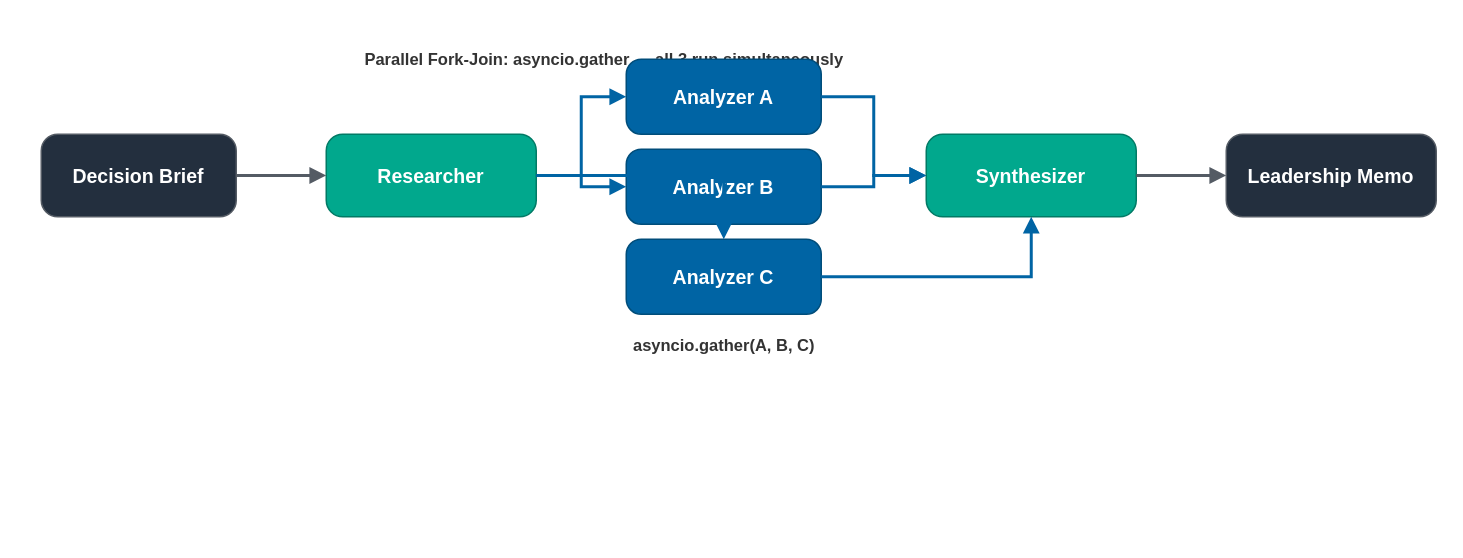
Before: samples/03-parallel-fork-join/architecture.drawio in aws-samples/sample-multi-agent-systems-with-strands-workshop, a draw.io diagram. Source tidied: cells renumbered, new cells numbered last; positions are measured from the earlier drawing's top-left corner, leaving out a move shared by most shapes. Both pictures are drawn from the tidied source at 150%, with x=0, y=0 at pixel (40, 36).
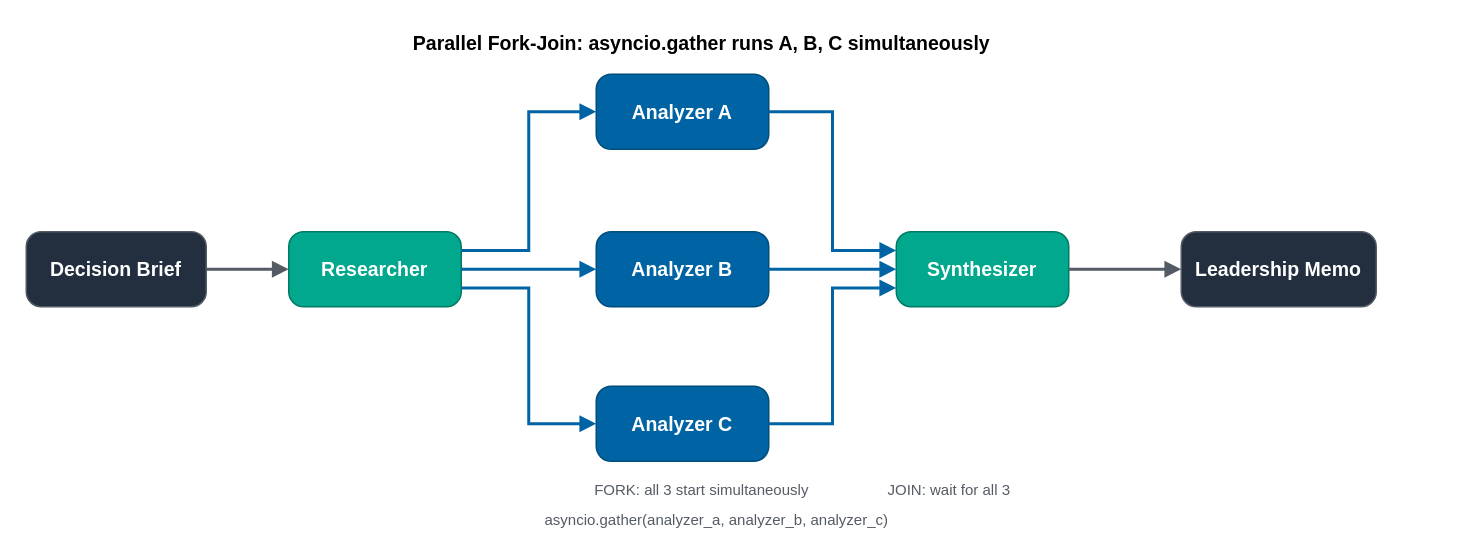
The same page after the edit.

Change to the diagram source:
```diff
@@
-    <mxCell id="2" value="Parallel Fork-Join: asyncio.gather → all 3 run simultaneously" style="text;html=1;align=center;verticalAlign=middle;fontSize=11;fontStyle=1;fillColor=#ffffff;strokeColor=none;fontColor=#333333;" parent="1" vertex="1">
-      <mxGeometry width="750" height="30" as="geometry" />
-    </mxCell>
+    <mxCell id="19" value="Parallel Fork-Join: asyncio.gather runs A, B, C simultaneously" style="text;html=1;align=center;verticalAlign=middle;fontSize=13;fontStyle=1;fillColor=none;strokeColor=none;" parent="1" vertex="1">
+      <mxGeometry y="-7" width="880" height="22" as="geometry" />
+    </mxCell>
     <mxCell id="3" value="Decision Brief" style="rounded=1;whiteSpace=wrap;html=1;fillColor=#232F3E;strokeColor=#545B64;fontColor=#ffffff;fontSize=13;fontStyle=1;arcSize=20;" parent="1" vertex="1">
-      <mxGeometry y="65" width="130" height="55" as="geometry" />
+      <mxGeometry x="-10" y="130" width="120" height="50" as="geometry" />
     </mxCell>
     <mxCell id="4" value="Researcher" style="rounded=1;whiteSpace=wrap;html=1;fillColor=#01A88D;strokeColor=#017A65;fontColor=#ffffff;fontSize=13;fontStyle=1;arcSize=20;" parent="1" vertex="1">
-      <mxGeometry x="190" y="65" width="140" height="55" as="geometry" />
+      <mxGeometry x="165" y="130" width="115" height="50" as="geometry" />
     </mxCell>
     <mxCell id="5" value="Analyzer A" style="rounded=1;whiteSpace=wrap;html=1;fillColor=#0064A4;strokeColor=#004D7A;fontColor=#ffffff;fontSize=13;fontStyle=1;arcSize=20;" parent="1" vertex="1">
-      <mxGeometry x="390" y="15" width="130" height="50" as="geometry" />
+      <mxGeometry x="370" y="25" width="115" height="50" as="geometry" />
     </mxCell>
     <mxCell id="6" value="Analyzer B" style="rounded=1;whiteSpace=wrap;html=1;fillColor=#0064A4;strokeColor=#004D7A;fontColor=#ffffff;fontSize=13;fontStyle=1;arcSize=20;" parent="1" vertex="1">
-      <mxGeometry x="390" y="75" width="130" height="50" as="geometry" />
+      <mxGeometry x="370" y="130" width="115" height="50" as="geometry" />
     </mxCell>
     <mxCell id="7" value="Analyzer C" style="rounded=1;whiteSpace=wrap;html=1;fillColor=#0064A4;strokeColor=#004D7A;fontColor=#ffffff;fontSize=13;fontStyle=1;arcSize=20;" parent="1" vertex="1">
-      <mxGeometry x="390" y="135" width="130" height="50" as="geometry" />
+      <mxGeometry x="370" y="233" width="115" height="50" as="geometry" />
     </mxCell>
     <mxCell id="8" value="Synthesizer" style="rounded=1;whiteSpace=wrap;html=1;fillColor=#01A88D;strokeColor=#017A65;fontColor=#ffffff;fontSize=13;fontStyle=1;arcSize=20;" parent="1" vertex="1">
-      <mxGeometry x="590" y="65" width="140" height="55" as="geometry" />
+      <mxGeometry x="570" y="130" width="115" height="50" as="geometry" />
     </mxCell>
     <mxCell id="9" value="Leadership Memo" style="rounded=1;whiteSpace=wrap;html=1;fillColor=#232F3E;strokeColor=#545B64;fontColor=#ffffff;fontSize=13;fontStyle=1;arcSize=20;" parent="1" vertex="1">
-      <mxGeometry x="790" y="65" width="140" height="55" as="geometry" />
+      <mxGeometry x="760" y="130" width="130" height="50" as="geometry" />
     </mxCell>
@@
-    <mxCell id="11" style="edgeStyle=orthogonalEdgeStyle;rounded=0;jettySize=auto;html=1;flowAnimation=1;strokeWidth=2;strokeColor=#0064A4;endArrow=block;endFill=1;" parent="1" edge="1" source="4" target="5">
+    <mxCell id="11" style="edgeStyle=orthogonalEdgeStyle;rounded=0;jettySize=auto;html=1;flowAnimation=1;strokeWidth=2;strokeColor=#0064A4;endArrow=block;endFill=1;exitX=1;exitY=0.25;exitDx=0;exitDy=0;entryX=0;entryY=0.5;entryDx=0;entryDy=0;" parent="1" edge="1" source="4" target="5">
       <mxGeometry relative="1" as="geometry" />
     </mxCell>
-    <mxCell id="12" style="edgeStyle=orthogonalEdgeStyle;rounded=0;jettySize=auto;html=1;flowAnimation=1;strokeWidth=2;strokeColor=#0064A4;endArrow=block;endFill=1;" parent="1" edge="1" source="4" target="6">
+    <mxCell id="12" style="edgeStyle=orthogonalEdgeStyle;rounded=0;jettySize=auto;html=1;flowAnimation=1;strokeWidth=2;strokeColor=#0064A4;endArrow=block;endFill=1;exitX=1;exitY=0.5;exitDx=0;exitDy=0;entryX=0;entryY=0.5;entryDx=0;entryDy=0;" parent="1" edge="1" source="4" target="6">
       <mxGeometry relative="1" as="geometry" />
     </mxCell>
-    <mxCell id="13" style="edgeStyle=orthogonalEdgeStyle;rounded=0;jettySize=auto;html=1;flowAnimation=1;strokeWidth=2;strokeColor=#0064A4;endArrow=block;endFill=1;" parent="1" edge="1" source="4" target="7">
+    <mxCell id="13" style="edgeStyle=orthogonalEdgeStyle;rounded=0;jettySize=auto;html=1;flowAnimation=1;strokeWidth=2;strokeColor=#0064A4;endArrow=block;endFill=1;exitX=1;exitY=0.75;exitDx=0;exitDy=0;entryX=0;entryY=0.5;entryDx=0;entryDy=0;" parent="1" edge="1" source="4" target="7">
       <mxGeometry relative="1" as="geometry" />
     </mxCell>
-    <mxCell id="14" style="edgeStyle=orthogonalEdgeStyle;rounded=0;jettySize=auto;html=1;flowAnimation=1;strokeWidth=2;strokeColor=#0064A4;endArrow=block;endFill=1;" parent="1" edge="1" source="5" target="8">
+    <mxCell id="14" style="edgeStyle=orthogonalEdgeStyle;rounded=0;jettySize=auto;html=1;flowAnimation=1;strokeWidth=2;strokeColor=#0064A4;endArrow=block;endFill=1;exitX=1;exitY=0.5;exitDx=0;exitDy=0;entryX=0;entryY=0.25;entryDx=0;entryDy=0;" parent="1" edge="1" source="5" target="8">
       <mxGeometry relative="1" as="geometry" />
     </mxCell>
-    <mxCell id="15" style="edgeStyle=orthogonalEdgeStyle;rounded=0;jettySize=auto;html=1;flowAnimation=1;strokeWidth=2;strokeColor=#0064A4;endArrow=block;endFill=1;" parent="1" edge="1" source="6" target="8">
+    <mxCell id="15" style="edgeStyle=orthogonalEdgeStyle;rounded=0;jettySize=auto;html=1;flowAnimation=1;strokeWidth=2;strokeColor=#0064A4;endArrow=block;endFill=1;exitX=1;exitY=0.5;exitDx=0;exitDy=0;entryX=0;entryY=0.5;entryDx=0;entryDy=0;" parent="1" edge="1" source="6" target="8">
       <mxGeometry relative="1" as="geometry" />
     </mxCell>
-    <mxCell id="16" style="edgeStyle=orthogonalEdgeStyle;rounded=0;jettySize=auto;html=1;flowAnimation=1;strokeWidth=2;strokeColor=#0064A4;endArrow=block;endFill=1;" parent="1" edge="1" source="7" target="8">
+    <mxCell id="16" style="edgeStyle=orthogonalEdgeStyle;rounded=0;jettySize=auto;html=1;flowAnimation=1;strokeWidth=2;strokeColor=#0064A4;endArrow=block;endFill=1;exitX=1;exitY=0.5;exitDx=0;exitDy=0;entryX=0;entryY=0.75;entryDx=0;entryDy=0;" parent="1" edge="1" source="7" target="8">
       <mxGeometry relative="1" as="geometry" />
     </mxCell>
@@
-    <mxCell id="18" value="asyncio.gather(A, B, C)" style="text;html=1;align=center;verticalAlign=middle;fontSize=11;fontStyle=1;fillColor=#ffffff;strokeColor=none;fontColor=#333333;" parent="1" vertex="1">
-      <mxGeometry x="390" y="195" width="130" height="22" as="geometry" />
-    </mxCell>
+    <mxCell id="20" value="FORK: all 3 start simultaneously" style="text;html=1;align=center;verticalAlign=middle;fontSize=10;fontStyle=0;fillColor=none;strokeColor=none;fontColor=#545B64;" parent="1" vertex="1">
+      <mxGeometry x="340" y="293" width="200" height="18" as="geometry" />
+    </mxCell>
+    <mxCell id="21" value="JOIN: wait for all 3" style="text;html=1;align=center;verticalAlign=middle;fontSize=10;fontStyle=0;fillColor=none;strokeColor=none;fontColor=#545B64;" parent="1" vertex="1">
+      <mxGeometry x="530" y="293" width="150" height="18" as="geometry" />
+    </mxCell>
+    <mxCell id="22" value="asyncio.gather(analyzer_a, analyzer_b, analyzer_c)" style="text;html=1;align=center;verticalAlign=middle;fontSize=10;fontStyle=0;fillColor=none;strokeColor=none;fontColor=#545B64;" parent="1" vertex="1">
+      <mxGeometry x="310" y="313" width="280" height="18" as="geometry" />
+    </mxCell>
```
